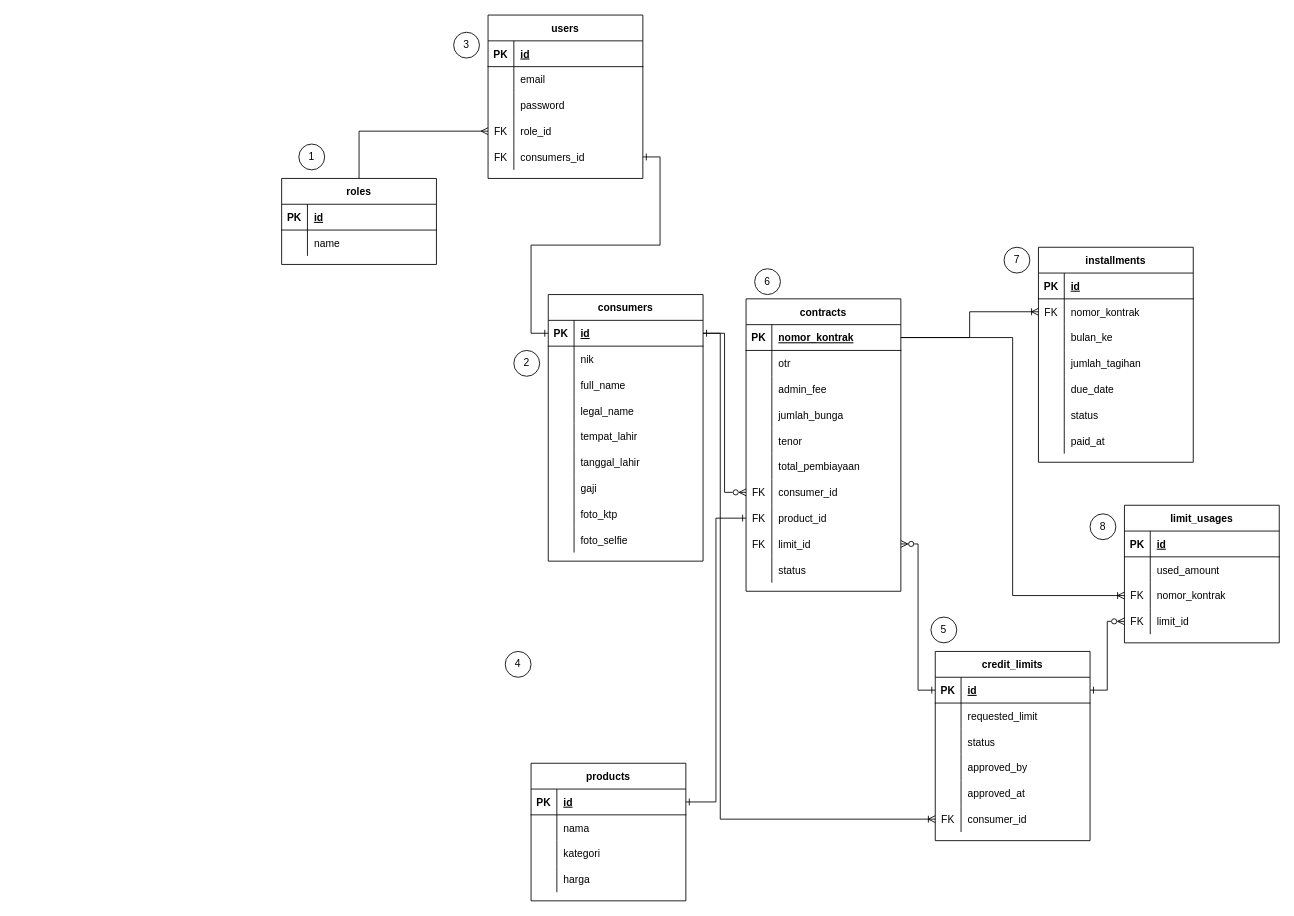
Before: page "ERD" (2 of 5) of docs/docs.drawio in skyespirates/sikmatek, a draw.io diagram. Source tidied: cells renumbered, new cells numbered last; positions are measured from the earlier drawing's top-left corner, leaving out a move shared by most shapes. Both pictures are drawn from the tidied source at 86%, with x=0, y=0 at pixel (281, 15).
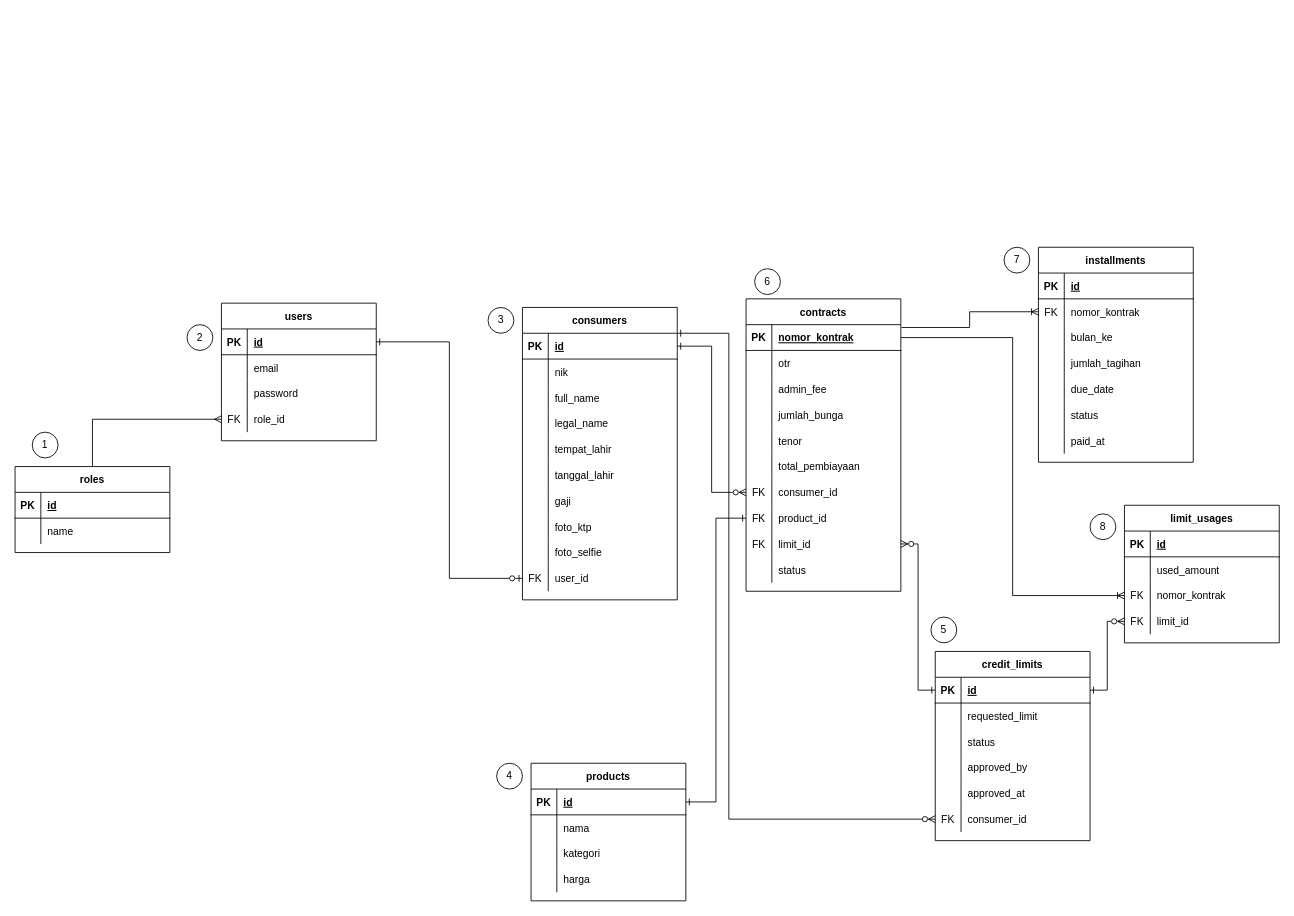
The same page after the edit.

The change refers to these unchanged cells:
```xml
<mxCell id="3" style="shape=partialRectangle;fillColor=none;top=0;left=0;bottom=1;right=0;points=[[0,0.5],[1,0.5]];portConstraint=eastwest;" parent="2" vertex="1">
  <mxGeometry y="30" width="180" height="30" as="geometry" />
</mxCell>
<mxCell id="46" style="shape=partialRectangle;fillColor=none;top=0;left=0;bottom=0;right=0;points=[[0,0.5],[1,0.5]];portConstraint=eastwest;" parent="30" vertex="1">
  <mxGeometry y="180" width="180" height="30" as="geometry" />
</mxCell>
<mxCell id="63" style="shape=partialRectangle;fillColor=none;top=0;left=0;bottom=1;right=0;points=[[0,0.5],[1,0.5]];portConstraint=eastwest;" parent="62" vertex="1">
  <mxGeometry y="30" width="180" height="30" as="geometry" />
</mxCell>
<mxCell id="81" style="shape=partialRectangle;fillColor=none;top=0;left=0;bottom=0;right=0;points=[[0,0.5],[1,0.5]];portConstraint=eastwest;" parent="62" vertex="1">
  <mxGeometry y="210" width="180" height="30" as="geometry" />
</mxCell>
<mxCell id="97" style="shape=partialRectangle;fillColor=none;top=0;left=0;bottom=0;right=0;points=[[0,0.5],[1,0.5]];portConstraint=eastwest;" parent="93" vertex="1">
  <mxGeometry y="60" width="180" height="30" as="geometry" />
</mxCell>
<mxCell id="129" style="shape=partialRectangle;fillColor=none;top=0;left=0;bottom=1;right=0;points=[[0,0.5],[1,0.5]];portConstraint=eastwest;" parent="128" vertex="1">
  <mxGeometry y="30" width="180" height="30" as="geometry" />
</mxCell>
```

What changed in the source:
```diff
@@
     <mxCell id="2" value="consumers" style="shape=table;startSize=30;childLayout=tableLayout;rowLines=0;fontStyle=1;align=center;" parent="1" vertex="1">
-      <mxGeometry x="310" y="325" width="180" height="310" as="geometry" />
+      <mxGeometry x="280" y="340" width="180" height="340" as="geometry" />
     </mxCell>
@@
+    <mxCell id="168" style="shape=partialRectangle;fillColor=none;top=0;left=0;bottom=0;right=0;points=[[0,0.5],[1,0.5]];portConstraint=eastwest;" parent="2" vertex="1">
+      <mxGeometry y="300" width="180" height="30" as="geometry" />
+    </mxCell>
+    <mxCell id="142" value="FK" style="shape=partialRectangle;fillColor=none;top=0;left=0;bottom=0;right=0;overflow=hidden;" parent="168" vertex="1">
+      <mxGeometry width="30" height="30" as="geometry" />
+    </mxCell>
+    <mxCell id="169" value="user_id" style="shape=partialRectangle;fillColor=none;top=0;left=0;bottom=0;right=0;align=left;spacingLeft=6;overflow=hidden;" parent="168" vertex="1">
+      <mxGeometry x="30" width="150" height="30" as="geometry" />
+    </mxCell>
@@
     <mxCell id="128" value="users" style="shape=table;startSize=30;childLayout=tableLayout;rowLines=0;fontStyle=1;align=center;" parent="1" vertex="1">
-      <mxGeometry x="240" width="180" height="190" as="geometry" />
+      <mxGeometry x="-70" y="335" width="180" height="160" as="geometry" />
     </mxCell>
@@
-    <mxCell id="141" style="shape=partialRectangle;fillColor=none;top=0;left=0;bottom=0;right=0;points=[[0,0.5],[1,0.5]];portConstraint=eastwest;" parent="128" vertex="1">
-      <mxGeometry y="150" width="180" height="30" as="geometry" />
-    </mxCell>
-    <mxCell id="142" value="FK" style="shape=partialRectangle;fillColor=none;top=0;left=0;bottom=0;right=0;overflow=hidden;" parent="141" vertex="1">
-      <mxGeometry width="30" height="30" as="geometry" />
-    </mxCell>
-    <mxCell id="143" value="consumers_id" style="shape=partialRectangle;fillColor=none;top=0;left=0;bottom=0;right=0;align=left;spacingLeft=6;overflow=hidden;" parent="141" vertex="1">
-      <mxGeometry x="30" width="150" height="30" as="geometry" />
-    </mxCell>
@@
     <mxCell id="145" value="roles" style="shape=table;startSize=30;childLayout=tableLayout;rowLines=0;fontStyle=1;align=center;" parent="1" vertex="1">
-      <mxGeometry y="190" width="180" height="100" as="geometry" />
+      <mxGeometry x="-310" y="525" width="180" height="100" as="geometry" />
     </mxCell>
@@
-    <mxCell id="152" style="edgeStyle=orthogonalEdgeStyle;rounded=0;jettySize=auto;html=1;entryX=1;entryY=0.5;entryDx=0;entryDy=0;endArrow=ERone;endFill=0;startArrow=ERone;startFill=0;" parent="1" edge="1" source="3" target="141">
-      <mxGeometry relative="1" as="geometry" />
-    </mxCell>
-    <mxCell id="153" style="edgeStyle=orthogonalEdgeStyle;rounded=0;jettySize=auto;html=1;entryX=0;entryY=0.5;entryDx=0;entryDy=0;endArrow=ERzeroToMany;endFill=0;" parent="1" edge="1" source="3" target="81">
+    <mxCell id="153" style="edgeStyle=orthogonalEdgeStyle;rounded=0;jettySize=auto;html=1;entryX=0;entryY=0.5;entryDx=0;entryDy=0;endArrow=ERzeroToMany;endFill=0;startArrow=ERone;startFill=0;" parent="1" edge="1" source="3" target="81">
       <mxGeometry relative="1" as="geometry" />
     </mxCell>
@@
-    <mxCell id="156" style="edgeStyle=orthogonalEdgeStyle;rounded=0;jettySize=auto;html=1;entryX=0;entryY=0.5;entryDx=0;entryDy=0;endArrow=ERoneToMany;endFill=0;" parent="1" edge="1" source="63" target="97">
+    <mxCell id="156" style="edgeStyle=orthogonalEdgeStyle;rounded=0;jettySize=auto;html=1;entryX=0;entryY=0.5;entryDx=0;entryDy=0;endArrow=ERoneToMany;endFill=0;exitX=1.004;exitY=0.11;exitDx=0;exitDy=0;exitPerimeter=0;" parent="1" edge="1" source="63" target="97">
       <mxGeometry relative="1" as="geometry" />
     </mxCell>
@@
     <mxCell id="159" value="1" style="ellipse;whiteSpace=wrap;html=1;" parent="1" vertex="1">
-      <mxGeometry x="20" y="150" width="30" height="30" as="geometry" />
+      <mxGeometry x="-290" y="485" width="30" height="30" as="geometry" />
     </mxCell>
     <mxCell id="160" value="3" style="ellipse;whiteSpace=wrap;html=1;" parent="1" vertex="1">
-      <mxGeometry x="200" y="20" width="30" height="30" as="geometry" />
+      <mxGeometry x="240" y="340" width="30" height="30" as="geometry" />
     </mxCell>
     <mxCell id="161" value="2" style="ellipse;whiteSpace=wrap;html=1;" parent="1" vertex="1">
-      <mxGeometry x="270" y="390" width="30" height="30" as="geometry" />
+      <mxGeometry x="-110" y="360" width="30" height="30" as="geometry" />
     </mxCell>
     <mxCell id="162" value="4" style="ellipse;whiteSpace=wrap;html=1;" parent="1" vertex="1">
-      <mxGeometry x="260" y="740" width="30" height="30" as="geometry" />
+      <mxGeometry x="250" y="870" width="30" height="30" as="geometry" />
     </mxCell>
@@
-    <mxCell id="167" style="edgeStyle=orthogonalEdgeStyle;rounded=0;jettySize=auto;html=1;entryX=0;entryY=0.5;entryDx=0;entryDy=0;startArrow=ERone;startFill=0;endArrow=ERoneToMany;endFill=0;" parent="1" edge="1" source="3" target="46">
+    <mxCell id="167" style="edgeStyle=orthogonalEdgeStyle;rounded=0;jettySize=auto;html=1;entryX=0;entryY=0.5;entryDx=0;entryDy=0;endArrow=ERzeroToMany;endFill=0;startArrow=ERone;startFill=0;" parent="1" edge="1" source="3" target="46">
       <mxGeometry relative="1" as="geometry">
         <Array as="points">
-          <mxPoint x="510" y="370" />
-          <mxPoint x="510" y="935" />
+          <mxPoint x="520" y="370" />
+          <mxPoint x="520" y="935" />
         </Array>
       </mxGeometry>
     </mxCell>
+    <mxCell id="170" style="edgeStyle=orthogonalEdgeStyle;rounded=0;jettySize=auto;html=1;entryX=0;entryY=0.5;entryDx=0;entryDy=0;endArrow=ERzeroToOne;endFill=0;startArrow=ERone;startFill=0;" parent="1" edge="1" source="129" target="168">
+      <mxGeometry relative="1" as="geometry" />
+    </mxCell>
```
